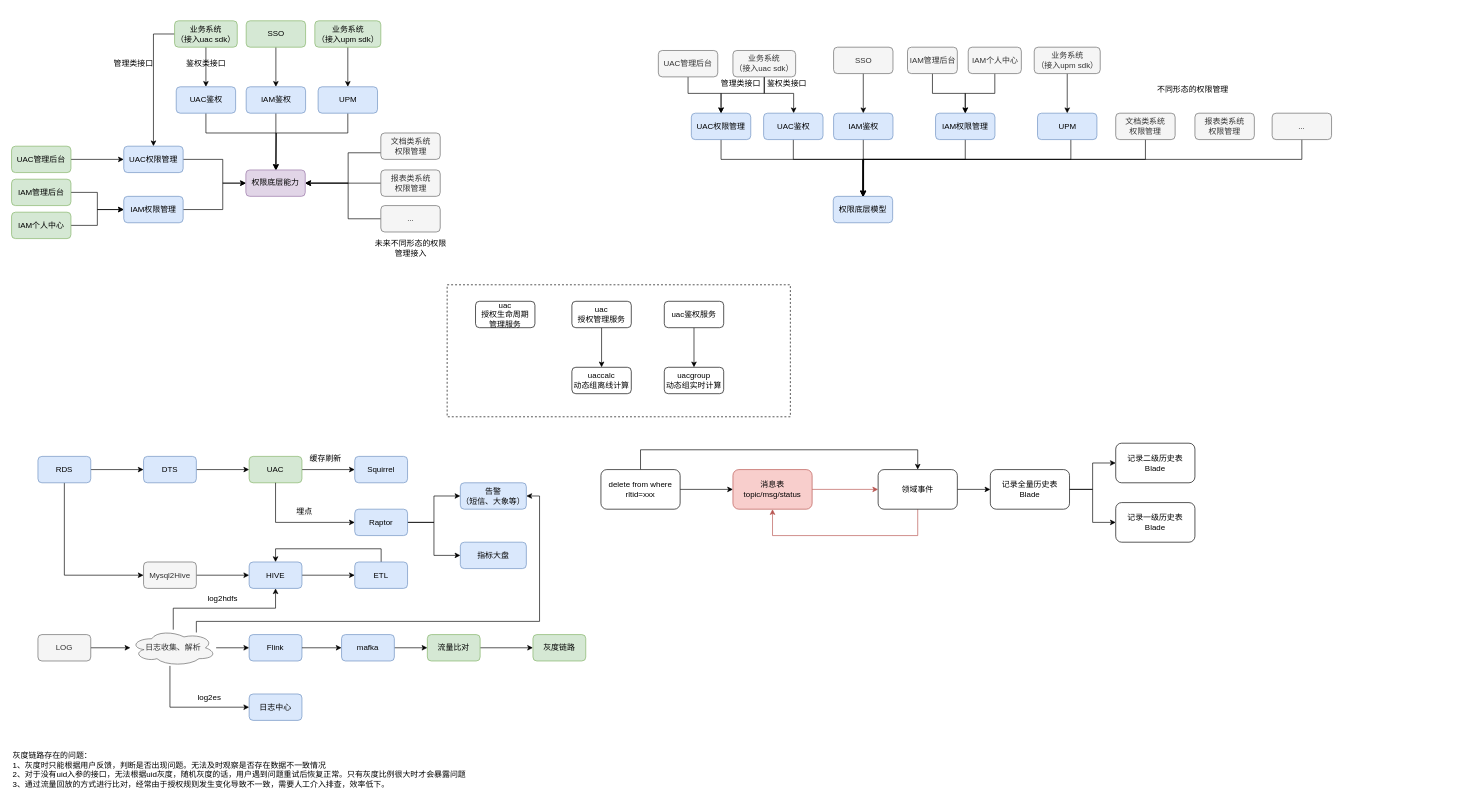
Above: 架构.drawio in yamilinqh/spicedb (draw.io), before the change. Source tidied: cells renumbered, new cells numbered last; positions are measured from the earlier drawing's top-left corner, leaving out a move shared by most shapes. Both pictures are drawn from the tidied source at 66%, with x=0, y=0 at pixel (11, 20).
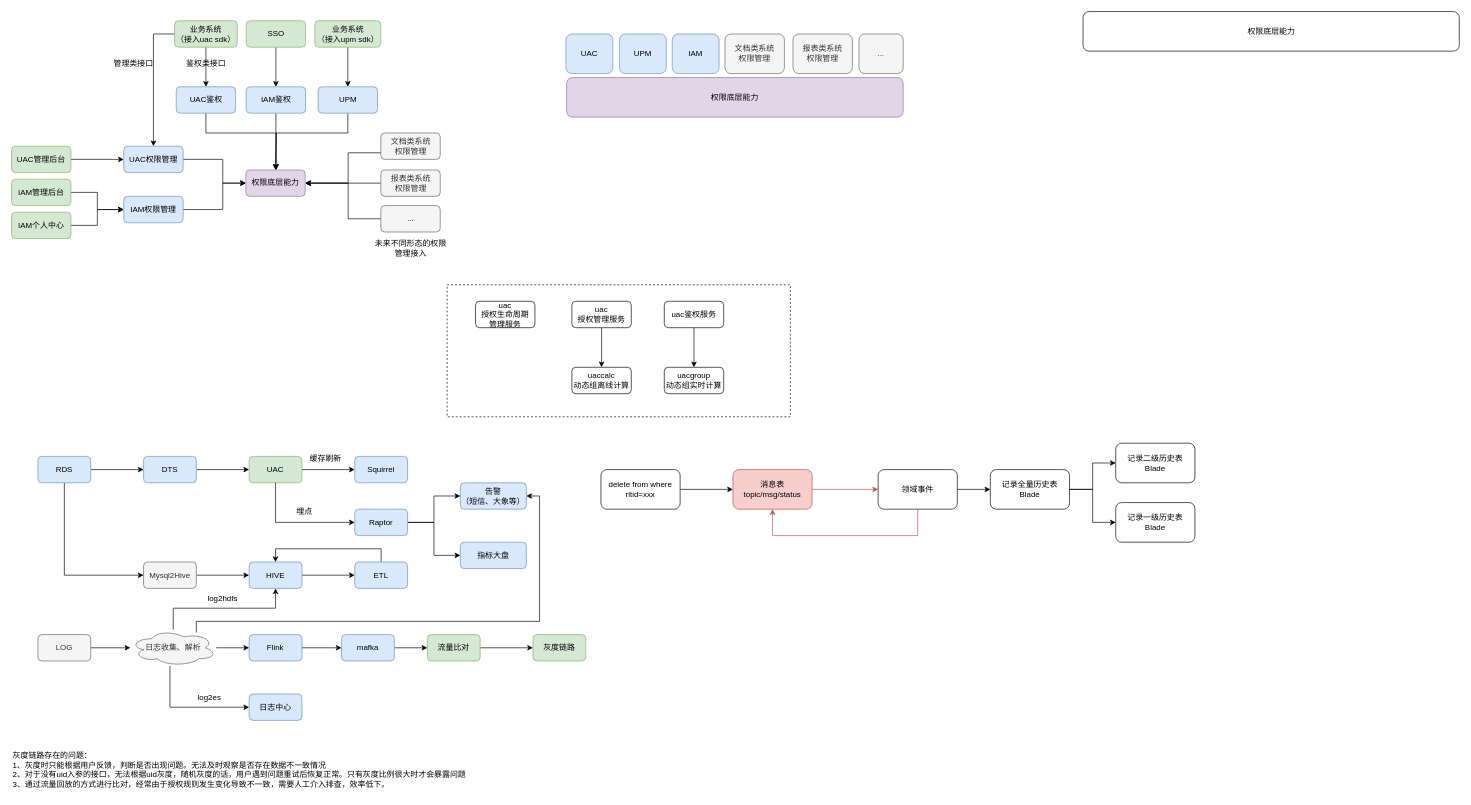
The same diagram, later.

The change refers to these unchanged cells:
```xml
<mxCell id="78" value="delete from where rltid=xxx" style="rounded=1;whiteSpace=wrap;html=1;" parent="1" vertex="1">
  <mxGeometry x="893" y="680" width="120" height="60" as="geometry" />
</mxCell>
<mxCell id="81" value="领域事件" style="rounded=1;whiteSpace=wrap;html=1;" parent="1" vertex="1">
  <mxGeometry x="1313" y="680" width="120" height="60" as="geometry" />
</mxCell>
```

Diff of the diagram source:
```diff
@@
-    <mxCell id="77" style="edgeStyle=orthogonalEdgeStyle;rounded=0;jettySize=auto;html=1;" parent="1" edge="1" source="78" target="81">
-      <mxGeometry relative="1" as="geometry">
-        <Array as="points">
-          <mxPoint x="953" y="650" />
-          <mxPoint x="1373" y="650" />
-        </Array>
-      </mxGeometry>
-    </mxCell>
@@
-    <mxCell id="96" value="权限底层模型" style="rounded=1;whiteSpace=wrap;html=1;fillColor=#dae8fc;strokeColor=#6c8ebf;" parent="1" vertex="1">
-      <mxGeometry x="1245" y="266" width="90" height="40" as="geometry" />
-    </mxCell>
-    <mxCell id="97" style="edgeStyle=orthogonalEdgeStyle;rounded=0;jettySize=auto;html=1;" parent="1" edge="1" source="98" target="96">
-      <mxGeometry relative="1" as="geometry">
-        <Array as="points">
-          <mxPoint x="1605" y="210" />
-          <mxPoint x="1291" y="210" />
-        </Array>
-      </mxGeometry>
-    </mxCell>
+    <mxCell id="128" value="权限底层能力" style="rounded=1;whiteSpace=wrap;html=1;fillColor=#e1d5e7;strokeColor=#9673a6;" parent="1" vertex="1">
+      <mxGeometry x="841" y="86" width="510" height="60" as="geometry" />
+    </mxCell>
+    <mxCell id="129" value="UAC" style="rounded=1;whiteSpace=wrap;html=1;fillColor=#dae8fc;strokeColor=#6c8ebf;" parent="1" vertex="1">
+      <mxGeometry x="840" y="20" width="71" height="60" as="geometry" />
+    </mxCell>
     <mxCell id="98" value="UPM" style="rounded=1;whiteSpace=wrap;html=1;fillColor=#dae8fc;strokeColor=#6c8ebf;" parent="1" vertex="1">
-      <mxGeometry x="1554.5" y="140" width="90" height="40" as="geometry" />
+      <mxGeometry x="921" y="20" width="71" height="60" as="geometry" />
     </mxCell>
-    <mxCell id="99" style="edgeStyle=orthogonalEdgeStyle;rounded=0;jettySize=auto;html=1;" parent="1" edge="1" source="100" target="96">
-      <mxGeometry relative="1" as="geometry">
-        <Array as="points">
-          <mxPoint x="1290" y="210" />
-          <mxPoint x="1291" y="210" />
-        </Array>
-      </mxGeometry>
-    </mxCell>
-    <mxCell id="100" value="IAM鉴权" style="rounded=1;whiteSpace=wrap;html=1;fillColor=#dae8fc;strokeColor=#6c8ebf;" parent="1" vertex="1">
-      <mxGeometry x="1245.5" y="140" width="90" height="40" as="geometry" />
-    </mxCell>
-    <mxCell id="101" style="edgeStyle=orthogonalEdgeStyle;rounded=0;jettySize=auto;html=1;" parent="1" edge="1" source="102" target="100">
-      <mxGeometry relative="1" as="geometry" />
-    </mxCell>
-    <mxCell id="102" value="SSO" style="rounded=1;whiteSpace=wrap;html=1;fillColor=#f5f5f5;fontColor=#333333;strokeColor=#666666;" parent="1" vertex="1">
-      <mxGeometry x="1245.5" y="40" width="90" height="40" as="geometry" />
-    </mxCell>
-    <mxCell id="103" style="edgeStyle=orthogonalEdgeStyle;rounded=0;jettySize=auto;html=1;" parent="1" edge="1" source="104" target="96">
-      <mxGeometry relative="1" as="geometry">
-        <Array as="points">
-          <mxPoint x="1445" y="210" />
-          <mxPoint x="1290" y="210" />
-        </Array>
-      </mxGeometry>
-    </mxCell>
-    <mxCell id="104" value="IAM权限管理" style="rounded=1;whiteSpace=wrap;html=1;fillColor=#dae8fc;strokeColor=#6c8ebf;" parent="1" vertex="1">
-      <mxGeometry x="1400" y="140" width="90" height="40" as="geometry" />
-    </mxCell>
-    <mxCell id="105" style="edgeStyle=orthogonalEdgeStyle;rounded=0;jettySize=auto;html=1;" parent="1" edge="1" source="106" target="104">
-      <mxGeometry relative="1" as="geometry" />
-    </mxCell>
-    <mxCell id="106" value="IAM管理后台" style="rounded=1;whiteSpace=wrap;html=1;fillColor=#f5f5f5;strokeColor=#666666;fontColor=#333333;" parent="1" vertex="1">
-      <mxGeometry x="1357.5" y="40" width="75.5" height="40" as="geometry" />
-    </mxCell>
-    <mxCell id="107" style="edgeStyle=orthogonalEdgeStyle;rounded=0;jettySize=auto;html=1;" parent="1" edge="1" source="108" target="104">
-      <mxGeometry relative="1" as="geometry" />
-    </mxCell>
-    <mxCell id="108" value="IAM个人中心" style="rounded=1;whiteSpace=wrap;html=1;fillColor=#f5f5f5;strokeColor=#666666;fontColor=#333333;" parent="1" vertex="1">
-      <mxGeometry x="1449.5" y="40" width="80.5" height="40" as="geometry" />
-    </mxCell>
-    <mxCell id="109" style="edgeStyle=orthogonalEdgeStyle;rounded=0;jettySize=auto;html=1;" parent="1" edge="1" source="110" target="98">
-      <mxGeometry relative="1" as="geometry" />
-    </mxCell>
-    <mxCell id="110" value="业务系统&lt;br&gt;（接入upm sdk）" style="rounded=1;whiteSpace=wrap;html=1;fillColor=#f5f5f5;fontColor=#333333;strokeColor=#666666;" parent="1" vertex="1">
-      <mxGeometry x="1549.5" y="40" width="100" height="40" as="geometry" />
-    </mxCell>
-    <mxCell id="111" style="edgeStyle=orthogonalEdgeStyle;rounded=0;jettySize=auto;html=1;" parent="1" edge="1" source="113" target="117">
-      <mxGeometry relative="1" as="geometry">
-        <Array as="points">
-          <mxPoint x="1141" y="110" />
-          <mxPoint x="1185" y="110" />
-        </Array>
-      </mxGeometry>
-    </mxCell>
-    <mxCell id="112" style="edgeStyle=orthogonalEdgeStyle;rounded=0;jettySize=auto;html=1;" parent="1" edge="1" source="113" target="119">
-      <mxGeometry relative="1" as="geometry">
-        <Array as="points">
-          <mxPoint x="1141" y="110" />
-          <mxPoint x="1075" y="110" />
-        </Array>
-      </mxGeometry>
-    </mxCell>
-    <mxCell id="113" value="业务系统&lt;br&gt;（接入uac sdk）" style="rounded=1;whiteSpace=wrap;html=1;fillColor=#f5f5f5;fontColor=#333333;strokeColor=#666666;direction=south;" parent="1" vertex="1">
-      <mxGeometry x="1093" y="45" width="95" height="40" as="geometry" />
-    </mxCell>
-    <mxCell id="114" style="edgeStyle=orthogonalEdgeStyle;rounded=0;jettySize=auto;html=1;" parent="1" edge="1" source="115" target="119">
-      <mxGeometry relative="1" as="geometry">
-        <Array as="points">
-          <mxPoint x="1025" y="110" />
-          <mxPoint x="1075" y="110" />
-        </Array>
-      </mxGeometry>
-    </mxCell>
-    <mxCell id="115" value="UAC管理后台" style="rounded=1;whiteSpace=wrap;html=1;fillColor=#f5f5f5;strokeColor=#666666;fontColor=#333333;" parent="1" vertex="1">
-      <mxGeometry x="980" y="45" width="90" height="40" as="geometry" />
-    </mxCell>
-    <mxCell id="116" style="edgeStyle=orthogonalEdgeStyle;rounded=0;jettySize=auto;html=1;entryX=0.5;entryY=0;entryDx=0;entryDy=0;" parent="1" edge="1" source="117" target="96">
-      <mxGeometry relative="1" as="geometry">
-        <Array as="points">
-          <mxPoint x="1185" y="210" />
-          <mxPoint x="1291" y="210" />
-        </Array>
-      </mxGeometry>
-    </mxCell>
-    <mxCell id="117" value="UAC鉴权" style="rounded=1;whiteSpace=wrap;html=1;fillColor=#dae8fc;strokeColor=#6c8ebf;" parent="1" vertex="1">
-      <mxGeometry x="1139.5" y="140" width="90" height="40" as="geometry" />
-    </mxCell>
-    <mxCell id="118" style="edgeStyle=orthogonalEdgeStyle;rounded=0;jettySize=auto;html=1;" parent="1" edge="1" source="119" target="96">
-      <mxGeometry relative="1" as="geometry">
-        <Array as="points">
-          <mxPoint x="1075" y="210" />
-          <mxPoint x="1290" y="210" />
-        </Array>
-      </mxGeometry>
-    </mxCell>
-    <mxCell id="119" value="UAC权限管理" style="rounded=1;whiteSpace=wrap;html=1;fillColor=#dae8fc;strokeColor=#6c8ebf;" parent="1" vertex="1">
-      <mxGeometry x="1030" y="140" width="90" height="40" as="geometry" />
-    </mxCell>
-    <mxCell id="120" value="管理类接口" style="text;html=1;align=center;verticalAlign=middle;whiteSpace=wrap;rounded=0;" parent="1" vertex="1">
-      <mxGeometry x="1070" y="80" width="70" height="30" as="geometry" />
-    </mxCell>
-    <mxCell id="121" value="鉴权类接口" style="text;html=1;align=center;verticalAlign=middle;whiteSpace=wrap;rounded=0;" parent="1" vertex="1">
-      <mxGeometry x="1139.5" y="80" width="70" height="30" as="geometry" />
-    </mxCell>
+    <mxCell id="130" value="IAM" style="rounded=1;whiteSpace=wrap;html=1;fillColor=#dae8fc;strokeColor=#6c8ebf;" parent="1" vertex="1">
+      <mxGeometry x="1001" y="20" width="71" height="60" as="geometry" />
+    </mxCell>
+    <mxCell id="124" value="文档类系统&lt;br&gt;权限管理" style="rounded=1;whiteSpace=wrap;html=1;fillColor=#f5f5f5;strokeColor=#666666;fontColor=#333333;" parent="1" vertex="1">
+      <mxGeometry x="1081" y="20" width="90" height="60" as="geometry" />
+    </mxCell>
     <mxCell id="122" value="报表类系统&lt;br&gt;权限管理" style="rounded=1;whiteSpace=wrap;html=1;fillColor=#f5f5f5;strokeColor=#666666;fontColor=#333333;" parent="1" vertex="1">
-      <mxGeometry x="1793" y="140" width="90" height="40" as="geometry" />
+      <mxGeometry x="1184" y="20" width="90" height="60" as="geometry" />
     </mxCell>
-    <mxCell id="123" style="edgeStyle=orthogonalEdgeStyle;rounded=0;jettySize=auto;html=1;" parent="1" edge="1" source="124" target="96">
-      <mxGeometry relative="1" as="geometry">
-        <Array as="points">
-          <mxPoint x="1718" y="210" />
-          <mxPoint x="1290" y="210" />
-        </Array>
-      </mxGeometry>
-    </mxCell>
-    <mxCell id="124" value="文档类系统&lt;br&gt;权限管理" style="rounded=1;whiteSpace=wrap;html=1;fillColor=#f5f5f5;strokeColor=#666666;fontColor=#333333;" parent="1" vertex="1">
-      <mxGeometry x="1673" y="140" width="90" height="40" as="geometry" />
-    </mxCell>
-    <mxCell id="125" style="edgeStyle=orthogonalEdgeStyle;rounded=0;jettySize=auto;html=1;" parent="1" edge="1" source="126" target="96">
-      <mxGeometry relative="1" as="geometry">
-        <Array as="points">
-          <mxPoint x="1955" y="210" />
-          <mxPoint x="1290" y="210" />
-        </Array>
-      </mxGeometry>
-    </mxCell>
+    <mxCell id="131" value="权限底层能力" style="rounded=1;whiteSpace=wrap;html=1;" parent="1" vertex="1">
+      <mxGeometry x="1623.5" y="-14" width="570" height="60" as="geometry" />
+    </mxCell>
     <mxCell id="126" value="..." style="rounded=1;whiteSpace=wrap;html=1;fillColor=#f5f5f5;strokeColor=#666666;fontColor=#333333;" parent="1" vertex="1">
-      <mxGeometry x="1910" y="140" width="90" height="40" as="geometry" />
+      <mxGeometry x="1284" y="20" width="67" height="60" as="geometry" />
     </mxCell>
-    <mxCell id="127" value="不同形态的权限管理" style="text;html=1;align=center;verticalAlign=middle;whiteSpace=wrap;rounded=0;" parent="1" vertex="1">
-      <mxGeometry x="1730" y="90" width="120" height="30" as="geometry" />
-    </mxCell>
```
